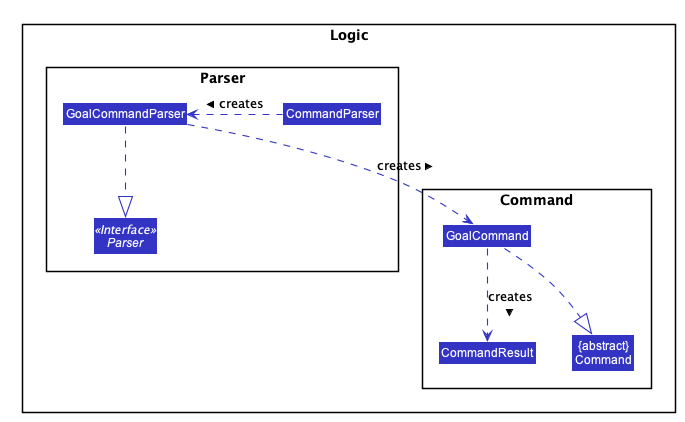
Earlier version of the PlantUML export docs/images/GoalClassDiagram.png (pennhanlee/tp). Source of this version:
```plantuml
@startuml









skinparam BackgroundColor #FFFFFFF

skinparam Shadowing false

skinparam Class {
    FontColor #FFFFFF
    BorderThickness 1
    BorderColor #FFFFFF
    StereotypeFontColor #FFFFFF
    FontName Arial
}

skinparam Actor {
    BorderColor #000000
    Color #000000
    FontName Arial
}

skinparam Sequence {
    MessageAlign center
    BoxFontSize 15
    BoxPadding 0
    BoxFontColor #FFFFFF
    FontName Arial
}

skinparam Participant {
    FontColor #FFFFFFF
    Padding 20
}

skinparam MinClassWidth 50
skinparam ParticipantPadding 10
skinparam Shadowing false
skinparam DefaultTextAlignment center
skinparam packageStyle Rectangle

hide footbox
hide members
hide circle
skinparam arrowThickness 1.1
skinparam arrowColor #3333C4
skinparam classBackgroundColor #3333C4

package Logic {

package Parser {
Interface Parser <<Interface>>
Class GoalCommandParser
Class CommandParser
}

package Command {

Class GoalCommand
Class CommandResult
Class "{abstract}\nCommand" as Command
}

CommandParser .left.> GoalCommandParser: creates >

GoalCommandParser ..> GoalCommand : creates >
GoalCommandParser ..|> Parser

GoalCommand ..|> Command
GoalCommand ..> CommandResult : creates >


@enduml
```
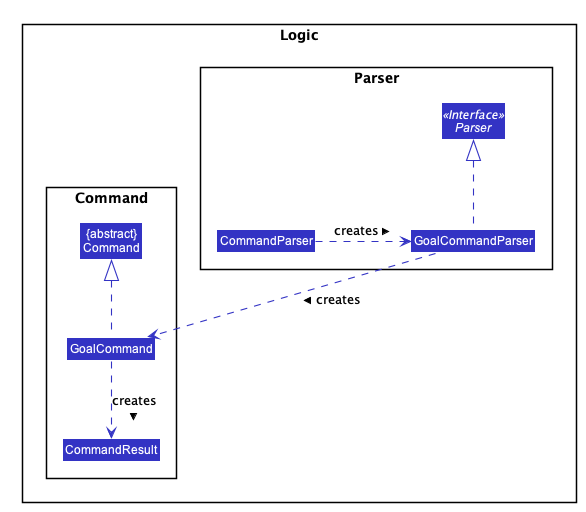
Later version of the same file.

What changed in the source:
```diff
@@ -61,18 +61,17 @@
 }
 
 package Command {
-
 Class GoalCommand
 Class CommandResult
 Class "{abstract}\nCommand" as Command
 }
 
-CommandParser .left.> GoalCommandParser: creates >
+GoalCommandParser .up.|> Parser
+CommandParser .right.> GoalCommandParser: creates >
 
 GoalCommandParser ..> GoalCommand : creates >
-GoalCommandParser ..|> Parser
 
-GoalCommand ..|> Command
+GoalCommand .up.|> Command
 GoalCommand ..> CommandResult : creates >
 
 
```
